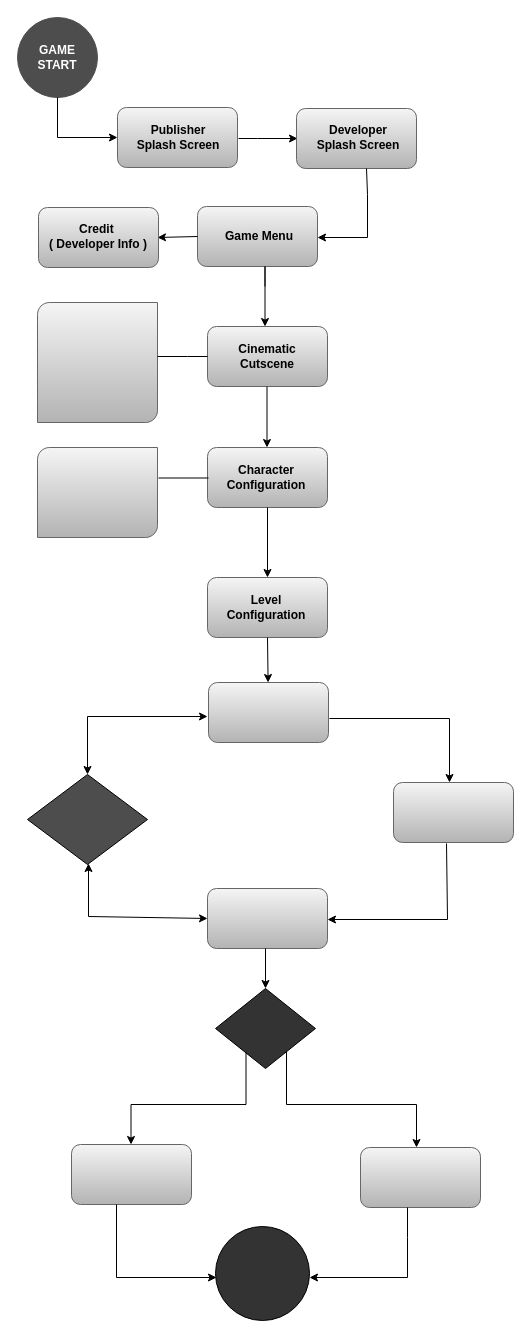
Above: Project Game 2.drawio in titapuspitas/game (draw.io), before the change. Source tidied: cells renumbered, new cells numbered last; positions are measured from the earlier drawing's top-left corner, leaving out a move shared by most shapes. Both pictures are drawn from the tidied source at 100%, with x=0, y=0 at pixel (17, 17).
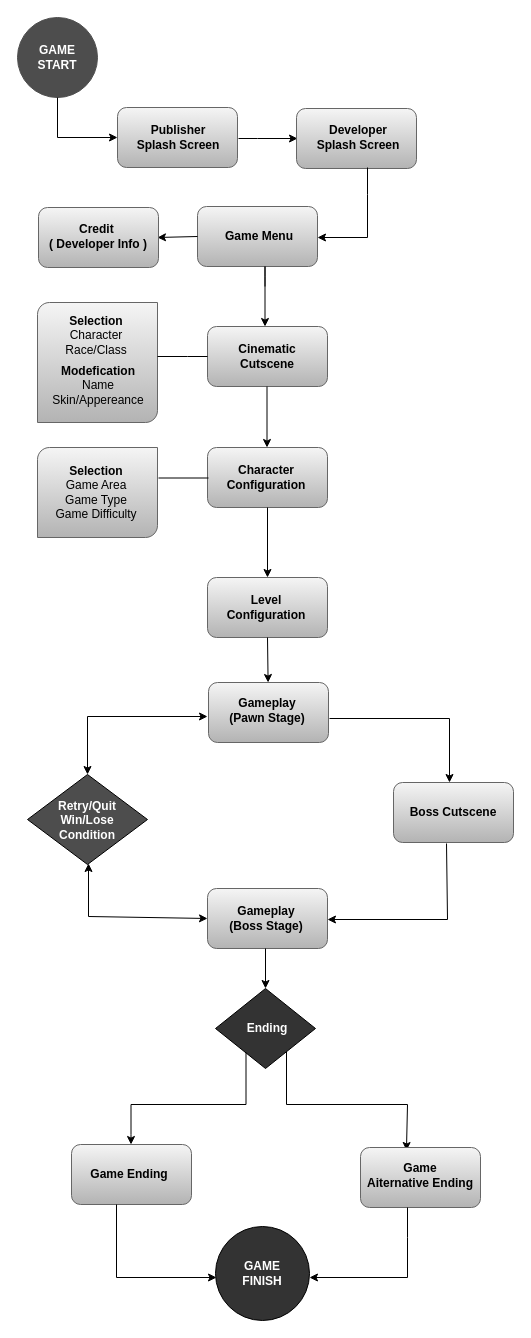
The same diagram, later.

The change refers to these unchanged cells:
```xml
<mxCell id="31" style="rounded=1;whiteSpace=wrap;html=1;fillColor=#f5f5f5;gradientColor=#b3b3b3;strokeColor=#666666;" parent="1" vertex="1">
  <mxGeometry x="343" y="1130" width="120" height="60" as="geometry" />
</mxCell>
```

Change to the diagram source:
```diff
@@
-    <mxCell id="7" style="endArrow=classic;html=1;rounded=0;exitX=0.65;exitY=1.067;exitDx=0;exitDy=0;exitPerimeter=0;" parent="1" edge="1">
+    <mxCell id="7" style="endArrow=classic;html=1;rounded=0;" parent="1" edge="1">
       <mxGeometry relative="1" as="geometry">
-        <mxPoint x="349" y="151" as="sourcePoint" />
+        <mxPoint x="350" y="150" as="sourcePoint" />
         <mxPoint x="300" y="220" as="targetPoint" />
         <Array as="points">
           <mxPoint x="350" y="177" />
           <mxPoint x="350" y="220" />
         </Array>
       </mxGeometry>
     </mxCell>
@@
-    <mxCell id="30" style="endArrow=classic;html=1;rounded=0;exitX=0.82;exitY=0.613;exitDx=0;exitDy=0;exitPerimeter=0;" parent="1" edge="1">
+    <mxCell id="30" style="endArrow=classic;html=1;rounded=0;exitX=0.82;exitY=0.613;exitDx=0;exitDy=0;exitPerimeter=0;entryX=0.383;entryY=0.05;entryDx=0;entryDy=0;entryPerimeter=0;" parent="1" edge="1" target="31">
       <mxGeometry relative="1" as="geometry">
         <mxPoint x="269" y="1034" as="sourcePoint" />
-        <mxPoint x="399" y="1130" as="targetPoint" />
         <Array as="points">
           <mxPoint x="269" y="1087" />
-          <mxPoint x="399" y="1087" />
+          <mxPoint x="390" y="1087" />
         </Array>
       </mxGeometry>
     </mxCell>
@@
+    <mxCell id="47" value="&lt;b&gt;Gameplay&lt;/b&gt;&lt;div&gt;&lt;b&gt;(Pawn Stage)&lt;/b&gt;&lt;/div&gt;" style="text;html=1;align=center;verticalAlign=middle;whiteSpace=wrap;rounded=0;" parent="1" vertex="1">
+      <mxGeometry x="200" y="678" width="100" height="30" as="geometry" />
+    </mxCell>
+    <mxCell id="48" value="&lt;b&gt;Selection&lt;/b&gt;&lt;div&gt;Character&lt;/div&gt;&lt;div&gt;Race/Class&lt;/div&gt;" style="text;html=1;align=center;verticalAlign=middle;whiteSpace=wrap;rounded=0;" parent="1" vertex="1">
+      <mxGeometry x="49" y="303" width="60" height="30" as="geometry" />
+    </mxCell>
+    <mxCell id="49" value="&lt;b&gt;Modefication&lt;/b&gt;&lt;div&gt;Name&lt;/div&gt;&lt;div&gt;Skin/Appereance&lt;/div&gt;" style="text;html=1;align=center;verticalAlign=middle;whiteSpace=wrap;rounded=0;" parent="1" vertex="1">
+      <mxGeometry x="51" y="353" width="60" height="30" as="geometry" />
+    </mxCell>
+    <mxCell id="50" value="&lt;b&gt;Selection&lt;/b&gt;&lt;div&gt;Game Area&lt;/div&gt;&lt;div&gt;Game Type&lt;/div&gt;&lt;div&gt;Game Difficulty&lt;/div&gt;" style="text;html=1;align=center;verticalAlign=middle;whiteSpace=wrap;rounded=0;" parent="1" vertex="1">
+      <mxGeometry x="29" y="460" width="100" height="30" as="geometry" />
+    </mxCell>
+    <mxCell id="51" value="&lt;b&gt;&lt;font color=&quot;#ffffff&quot;&gt;Retry/Quit&lt;/font&gt;&lt;/b&gt;&lt;div&gt;&lt;b&gt;&lt;font color=&quot;#ffffff&quot;&gt;Win/Lose&lt;/font&gt;&lt;/b&gt;&lt;/div&gt;&lt;div&gt;&lt;b&gt;&lt;font color=&quot;#ffffff&quot;&gt;Condition&lt;/font&gt;&lt;/b&gt;&lt;/div&gt;" style="text;html=1;align=center;verticalAlign=middle;whiteSpace=wrap;rounded=0;" parent="1" vertex="1">
+      <mxGeometry x="40" y="788" width="60" height="30" as="geometry" />
+    </mxCell>
+    <mxCell id="52" value="&lt;b&gt;Boss Cutscene&lt;/b&gt;" style="text;html=1;align=center;verticalAlign=middle;whiteSpace=wrap;rounded=0;" parent="1" vertex="1">
+      <mxGeometry x="381" y="780" width="110" height="30" as="geometry" />
+    </mxCell>
+    <mxCell id="53" value="&lt;b&gt;Gameplay&lt;/b&gt;&lt;div&gt;&lt;b&gt;(Boss Stage)&lt;/b&gt;&lt;/div&gt;" style="text;html=1;align=center;verticalAlign=middle;whiteSpace=wrap;rounded=0;" parent="1" vertex="1">
+      <mxGeometry x="174" y="886" width="150" height="30" as="geometry" />
+    </mxCell>
+    <mxCell id="54" value="&lt;b&gt;&lt;font color=&quot;#ffffff&quot;&gt;Ending&lt;/font&gt;&lt;/b&gt;" style="text;html=1;align=center;verticalAlign=middle;whiteSpace=wrap;rounded=0;" parent="1" vertex="1">
+      <mxGeometry x="220" y="996" width="60" height="30" as="geometry" />
+    </mxCell>
+    <mxCell id="55" value="&lt;b&gt;Game Ending&lt;/b&gt;" style="text;html=1;align=center;verticalAlign=middle;whiteSpace=wrap;rounded=0;" parent="1" vertex="1">
+      <mxGeometry x="72" y="1142" width="80" height="30" as="geometry" />
+    </mxCell>
+    <mxCell id="56" value="&lt;b&gt;Game&lt;/b&gt;&lt;div&gt;&lt;b&gt;Aiternative Ending&lt;/b&gt;&lt;/div&gt;" style="text;html=1;align=center;verticalAlign=middle;whiteSpace=wrap;rounded=0;" parent="1" vertex="1">
+      <mxGeometry x="343" y="1143" width="120" height="30" as="geometry" />
+    </mxCell>
+    <mxCell id="57" value="&lt;b&gt;&lt;font color=&quot;#ffffff&quot;&gt;GAME FINISH&lt;/font&gt;&lt;/b&gt;" style="text;html=1;align=center;verticalAlign=middle;whiteSpace=wrap;rounded=0;" parent="1" vertex="1">
+      <mxGeometry x="215" y="1241" width="60" height="30" as="geometry" />
+    </mxCell>
```
